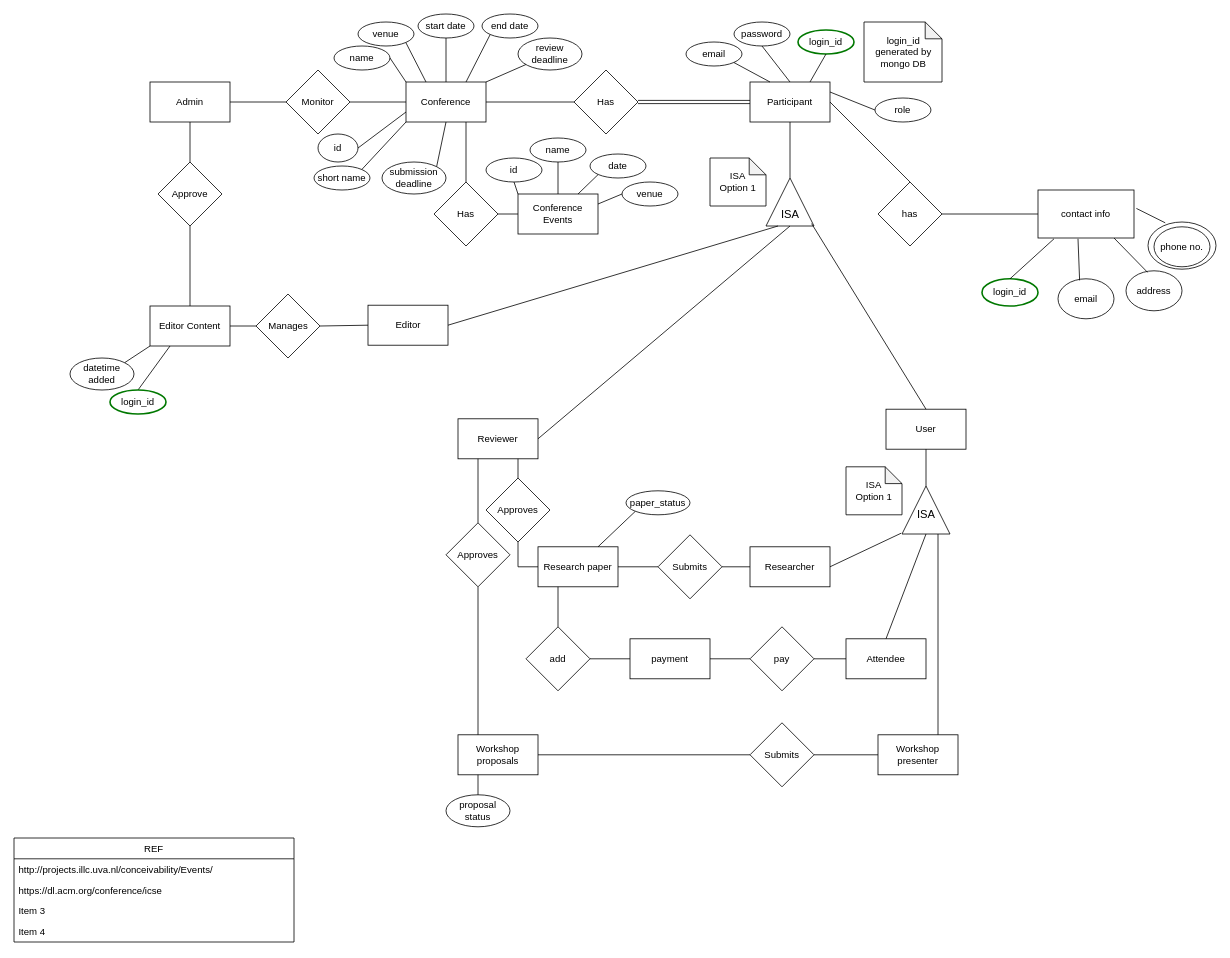
Before: page "ER-s1" (2 of 2) of diagrams/ER.drawio in matthew-sliit/conferencemgtool, a draw.io diagram. Source tidied: cells renumbered, new cells numbered last; positions are measured from the earlier drawing's top-left corner, leaving out a move shared by most shapes. Both pictures are drawn from the tidied source at 80%, with x=0, y=0 at pixel (14, 14).
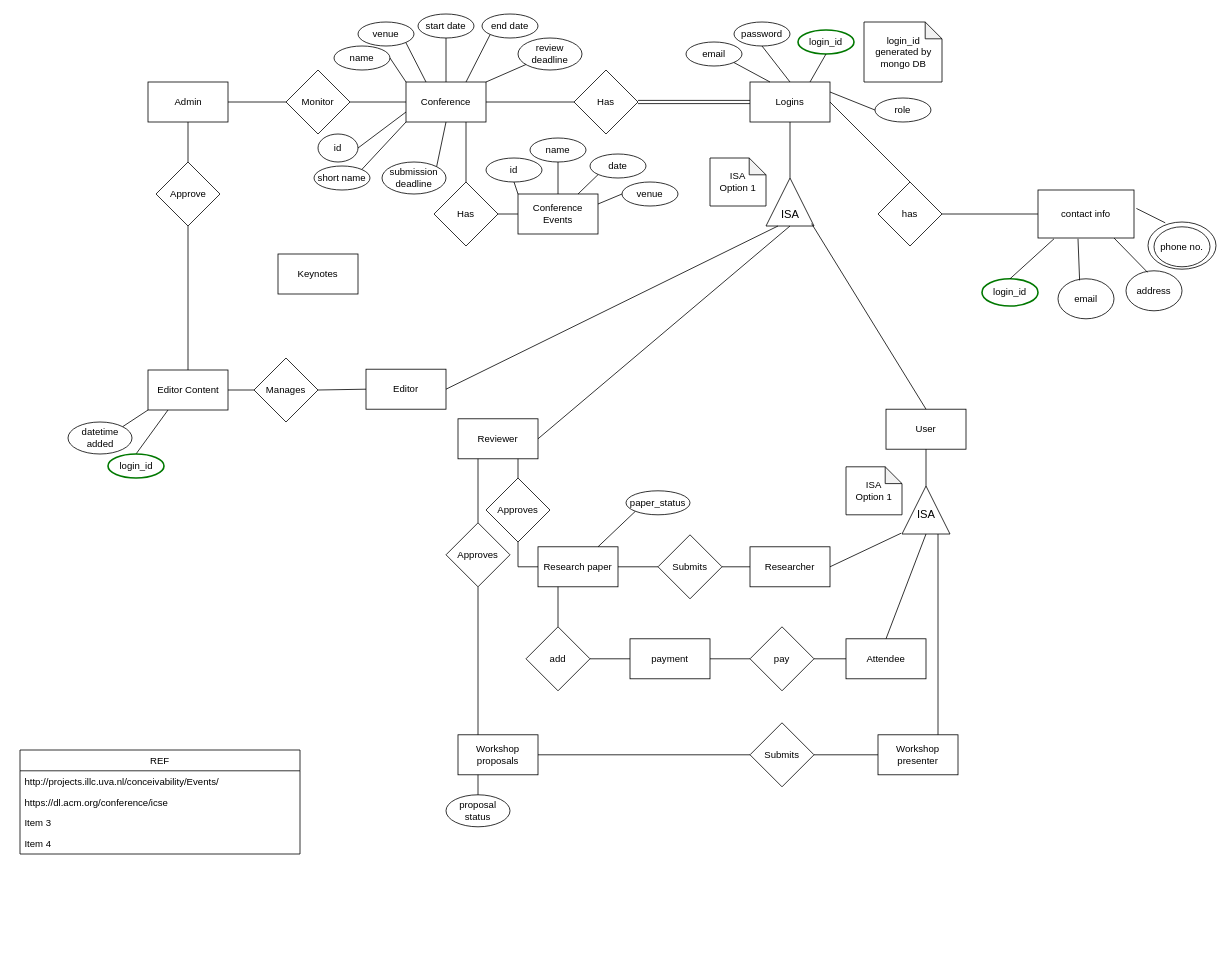
The same page after the edit.

Change to the diagram source:
```diff
@@
-    <mxCell id="3" value="Participant" style="rounded=0;whiteSpace=wrap;html=1;" parent="1" vertex="1">
+    <mxCell id="3" value="Logins" style="rounded=0;whiteSpace=wrap;html=1;" parent="1" vertex="1">
       <mxGeometry x="920" y="85" width="100" height="50" as="geometry" />
     </mxCell>
@@
     <mxCell id="8" value="Admin" style="rounded=0;whiteSpace=wrap;html=1;" parent="1" vertex="1">
-      <mxGeometry x="170" y="85" width="100" height="50" as="geometry" />
+      <mxGeometry x="167.5" y="85" width="100" height="50" as="geometry" />
     </mxCell>
@@
     <mxCell id="17" value="Editor Content" style="rounded=0;whiteSpace=wrap;html=1;" parent="1" vertex="1">
-      <mxGeometry x="170" y="365" width="100" height="50" as="geometry" />
+      <mxGeometry x="167.5" y="445" width="100" height="50" as="geometry" />
     </mxCell>
     <mxCell id="18" value="Approve" style="rhombus;whiteSpace=wrap;html=1;" parent="1" vertex="1">
-      <mxGeometry x="180" y="185" width="80" height="80" as="geometry" />
+      <mxGeometry x="177.5" y="185" width="80" height="80" as="geometry" />
     </mxCell>
@@
     <mxCell id="24" value="Editor" style="rounded=0;whiteSpace=wrap;html=1;" parent="1" vertex="1">
-      <mxGeometry x="442.5" y="364" width="100" height="50" as="geometry" />
+      <mxGeometry x="440" y="444" width="100" height="50" as="geometry" />
     </mxCell>
     <mxCell id="25" value="Manages" style="rhombus;whiteSpace=wrap;html=1;rotation=0;" parent="1" vertex="1">
-      <mxGeometry x="302.5" y="350" width="80" height="80" as="geometry" />
+      <mxGeometry x="300" y="430" width="80" height="80" as="geometry" />
     </mxCell>
@@
     <mxCell id="44" value="datetime&lt;br&gt;added" style="ellipse;whiteSpace=wrap;html=1;" parent="1" vertex="1">
-      <mxGeometry x="70" y="430" width="80" height="40" as="geometry" />
+      <mxGeometry x="67.5" y="510" width="80" height="40" as="geometry" />
     </mxCell>
@@
     <mxCell id="58" value="REF" style="swimlane;fontStyle=0;horizontal=1;startSize=26;" parent="1" vertex="1">
-      <mxGeometry y="1030" width="350" height="130" as="geometry" />
+      <mxGeometry x="7.5" y="920" width="350" height="130" as="geometry" />
     </mxCell>
@@
     <mxCell id="118" value="login_id" style="ellipse;whiteSpace=wrap;html=1;strokeColor=#007800;strokeWidth=2;" parent="1" vertex="1">
-      <mxGeometry x="120" y="470" width="70" height="30" as="geometry" />
+      <mxGeometry x="117.5" y="550" width="70" height="30" as="geometry" />
     </mxCell>
@@
+    <mxCell id="122" value="Keynotes" style="rounded=0;whiteSpace=wrap;html=1;" parent="1" vertex="1">
+      <mxGeometry x="330" y="300" width="100" height="50" as="geometry" />
+    </mxCell>
```
